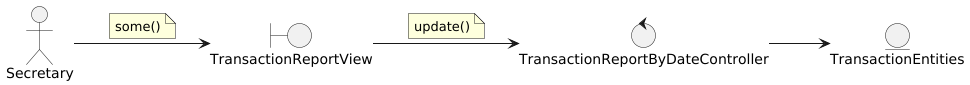
The PlantUML diagram out/DesignView/AnalysisView/UseCaseAnalysis/CU75.TransactionReportByDate/Collaboration.CU75.Analysis.png in wsmcbl/wsmcbl.doc, before a commit. Its diagram source:
```plantuml
@startuml
left to right direction

actor Secretary

boundary TransactionReportView

control TransactionReportByDateController

entity TransactionEntities


Secretary --> TransactionReportView
note on link
    some()
end note

TransactionReportView --> TransactionReportByDateController
note on link
    update()
end note

TransactionReportByDateController --> TransactionEntities


@enduml
```
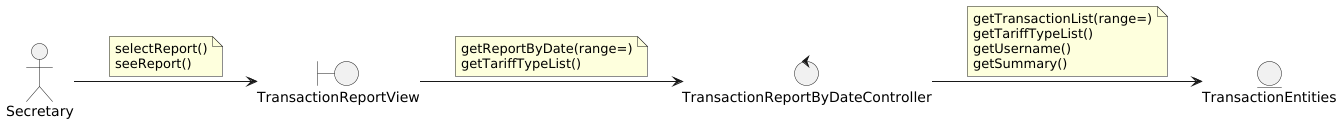
The same diagram one commit later.

Change to the diagram source:
```diff
@@ -12,15 +12,23 @@
 
 Secretary --> TransactionReportView
 note on link
-    some()
+    selectReport()
+    seeReport()
 end note
 
 TransactionReportView --> TransactionReportByDateController
 note on link
-    update()
+    getReportByDate(range=)
+    getTariffTypeList()
 end note
 
 TransactionReportByDateController --> TransactionEntities
+note on link
+    getTransactionList(range=)
+    getTariffTypeList()
+    getUsername()
+    getSummary()
+end note
 
 
 @enduml
```
